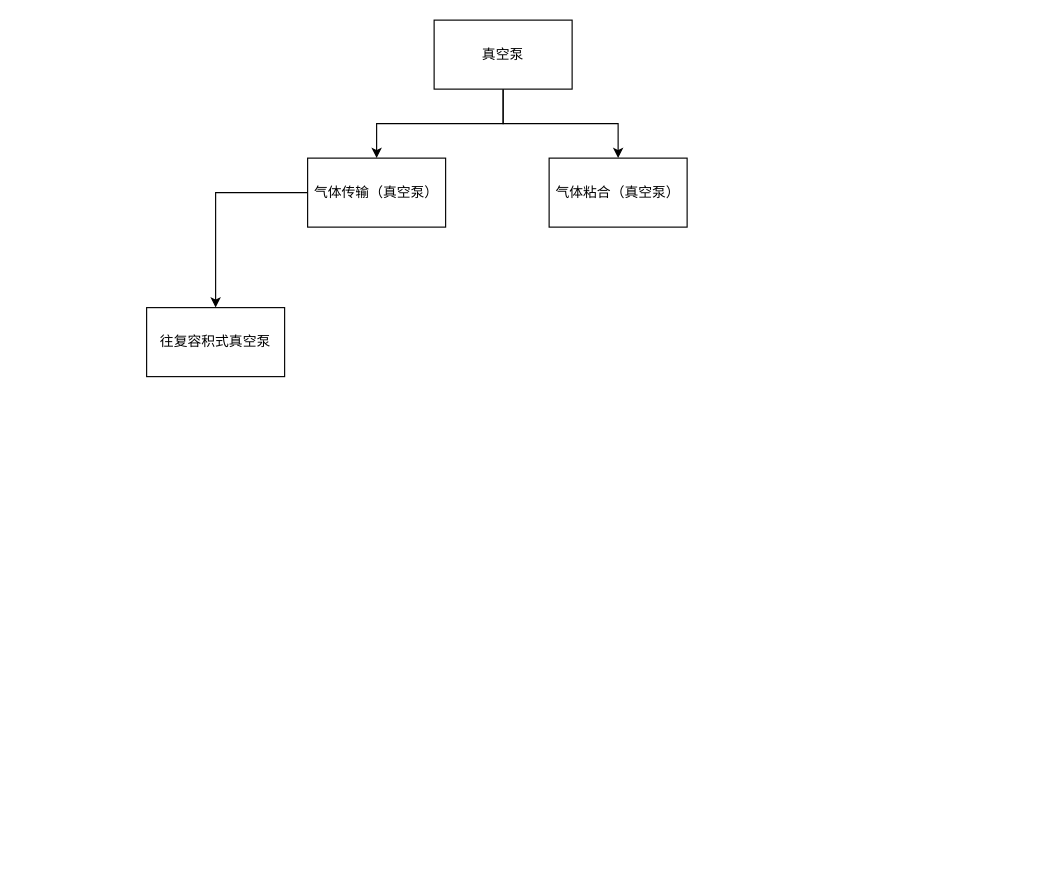
The draw.io diagram vacuum.drawio in zhangbiggs/UML_Learn, before the edit. Source tidied: cells renumbered, new cells numbered last; positions are measured from the earlier drawing's top-left corner, leaving out a move shared by most shapes. Both pictures are drawn from the tidied source at 115%, with x=0, y=0 at pixel (146, 20).
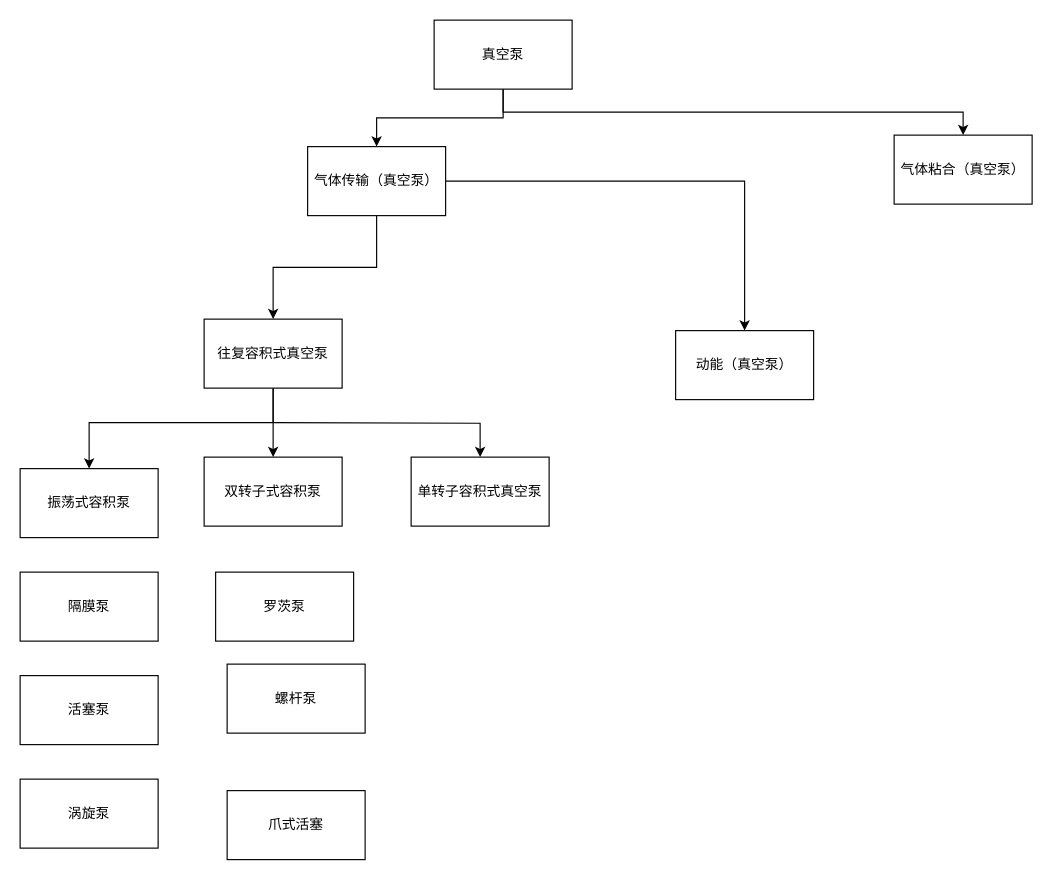
The same diagram, later.

The change refers to these unchanged cells:
```xml
<mxCell id="4" value="真空泵" style="rounded=0;whiteSpace=wrap;html=1;" parent="1" vertex="1">
  <mxGeometry x="250" width="120" height="60" as="geometry" />
</mxCell>
```

Diff of the diagram source:
```diff
@@
     <mxCell id="3" style="edgeStyle=orthogonalEdgeStyle;rounded=0;jettySize=auto;html=1;" parent="1" edge="1" source="4" target="7">
-      <mxGeometry relative="1" as="geometry" />
+      <mxGeometry relative="1" as="geometry">
+        <Array as="points">
+          <mxPoint x="310" y="80" />
+          <mxPoint x="710" y="80" />
+        </Array>
+      </mxGeometry>
     </mxCell>
@@
+    <mxCell id="9" style="edgeStyle=orthogonalEdgeStyle;rounded=0;jettySize=auto;html=1;" parent="1" edge="1" source="6" target="13">
+      <mxGeometry relative="1" as="geometry" />
+    </mxCell>
     <mxCell id="6" value="气体传输（真空泵）" style="rounded=0;whiteSpace=wrap;html=1;" parent="1" vertex="1">
-      <mxGeometry x="140" y="120" width="120" height="60" as="geometry" />
+      <mxGeometry x="140" y="110" width="120" height="60" as="geometry" />
     </mxCell>
     <mxCell id="7" value="气体粘合（真空泵）" style="rounded=0;whiteSpace=wrap;html=1;" parent="1" vertex="1">
-      <mxGeometry x="350" y="120" width="120" height="60" as="geometry" />
+      <mxGeometry x="650" y="100" width="120" height="60" as="geometry" />
     </mxCell>
+    <mxCell id="10" style="edgeStyle=orthogonalEdgeStyle;rounded=0;jettySize=auto;html=1;" parent="1" edge="1" source="8" target="14">
+      <mxGeometry relative="1" as="geometry">
+        <Array as="points">
+          <mxPoint x="110" y="350" />
+          <mxPoint x="-50" y="350" />
+        </Array>
+      </mxGeometry>
+    </mxCell>
+    <mxCell id="11" style="edgeStyle=orthogonalEdgeStyle;rounded=0;jettySize=auto;html=1;" parent="1" edge="1" source="8" target="15">
+      <mxGeometry relative="1" as="geometry" />
+    </mxCell>
+    <mxCell id="12" style="edgeStyle=orthogonalEdgeStyle;rounded=0;jettySize=auto;html=1;" parent="1" edge="1" target="16">
+      <mxGeometry relative="1" as="geometry">
+        <mxPoint x="110" y="350" as="sourcePoint" />
+      </mxGeometry>
+    </mxCell>
     <mxCell id="8" value="往复容积式真空泵" style="rounded=0;whiteSpace=wrap;html=1;" parent="1" vertex="1">
-      <mxGeometry y="250" width="120" height="60" as="geometry" />
+      <mxGeometry x="50" y="260" width="120" height="60" as="geometry" />
     </mxCell>
+    <mxCell id="13" value="动能（真空泵）" style="rounded=0;whiteSpace=wrap;html=1;" parent="1" vertex="1">
+      <mxGeometry x="460" y="270" width="120" height="60" as="geometry" />
+    </mxCell>
+    <mxCell id="14" value="振荡式容积泵" style="rounded=0;whiteSpace=wrap;html=1;" parent="1" vertex="1">
+      <mxGeometry x="-110" y="390" width="120" height="60" as="geometry" />
+    </mxCell>
+    <mxCell id="15" value="双转子式容积泵" style="rounded=0;whiteSpace=wrap;html=1;" parent="1" vertex="1">
+      <mxGeometry x="50" y="380" width="120" height="60" as="geometry" />
+    </mxCell>
+    <mxCell id="16" value="单转子容积式真空泵" style="rounded=0;whiteSpace=wrap;html=1;" parent="1" vertex="1">
+      <mxGeometry x="230" y="380" width="120" height="60" as="geometry" />
+    </mxCell>
+    <mxCell id="17" value="隔膜泵" style="rounded=0;whiteSpace=wrap;html=1;" parent="1" vertex="1">
+      <mxGeometry x="-110" y="480" width="120" height="60" as="geometry" />
+    </mxCell>
+    <mxCell id="18" value="活塞泵" style="rounded=0;whiteSpace=wrap;html=1;" parent="1" vertex="1">
+      <mxGeometry x="-110" y="570" width="120" height="60" as="geometry" />
+    </mxCell>
+    <mxCell id="19" value="涡旋泵" style="rounded=0;whiteSpace=wrap;html=1;" parent="1" vertex="1">
+      <mxGeometry x="-110" y="660" width="120" height="60" as="geometry" />
+    </mxCell>
+    <mxCell id="20" value="罗茨泵" style="rounded=0;whiteSpace=wrap;html=1;" parent="1" vertex="1">
+      <mxGeometry x="60" y="480" width="120" height="60" as="geometry" />
+    </mxCell>
+    <mxCell id="21" value="螺杆泵" style="rounded=0;whiteSpace=wrap;html=1;" parent="1" vertex="1">
+      <mxGeometry x="70" y="560" width="120" height="60" as="geometry" />
+    </mxCell>
+    <mxCell id="22" value="爪式活塞" style="rounded=0;whiteSpace=wrap;html=1;" parent="1" vertex="1">
+      <mxGeometry x="70" y="670" width="120" height="60" as="geometry" />
+    </mxCell>
```
